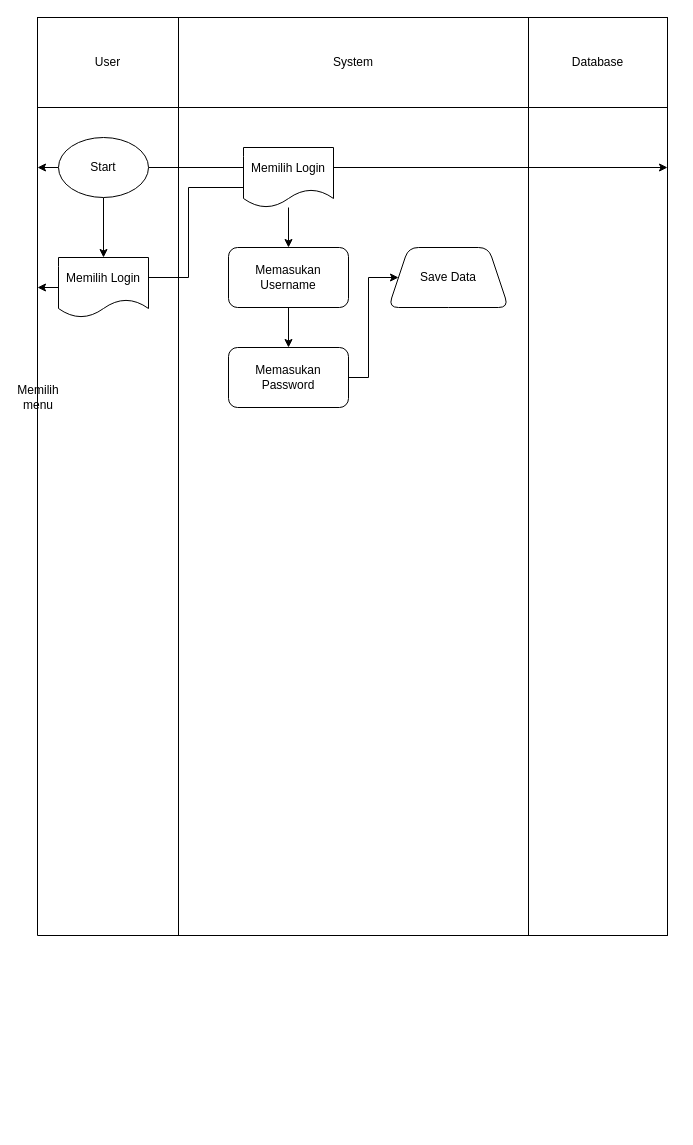
The draw.io diagram tugas bu har.drawio in Dekte/storage, before the edit. Source tidied: cells renumbered, new cells numbered last; positions are measured from the earlier drawing's top-left corner, leaving out a move shared by most shapes. Both pictures are drawn from the tidied source at 100%, with x=0, y=0 at pixel (37, 17).
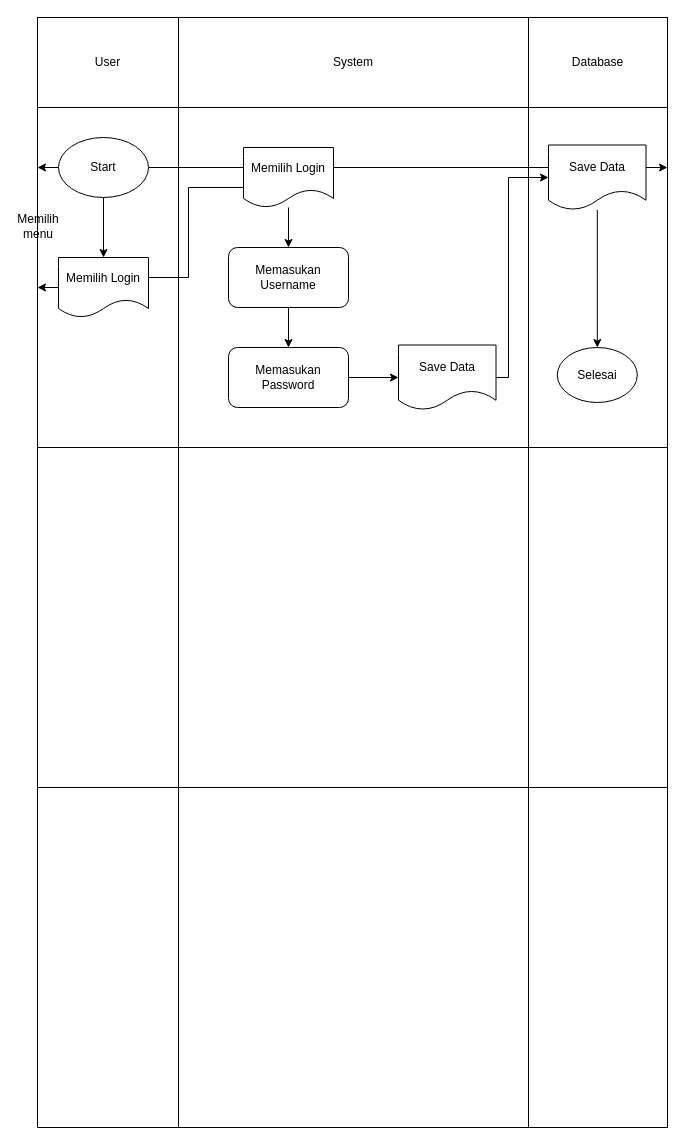
After the change.

Unchanged cells that the change refers to:
```xml
<mxCell id="26" value="Memasukan Password" style="whiteSpace=wrap;html=1;rounded=1;" parent="1" vertex="1">
  <mxGeometry x="191" y="330" width="120" height="60" as="geometry" />
</mxCell>
```

Diff of the diagram source:
```diff
@@
     <mxCell id="2" style="shape=table;startSize=0;childLayout=tableLayout;" parent="1" vertex="1">
-      <mxGeometry width="630" height="918" as="geometry" />
+      <mxGeometry width="630" height="1110" as="geometry" />
     </mxCell>
@@
     <mxCell id="7" style="shape=tableRow;horizontal=0;startSize=0;swimlaneHead=0;swimlaneBody=0;strokeColor=inherit;top=0;left=0;bottom=0;right=0;fillColor=none;" parent="2" vertex="1">
-      <mxGeometry y="90" width="630" height="828" as="geometry" />
+      <mxGeometry y="90" width="630" height="340" as="geometry" />
     </mxCell>
     <mxCell id="8" style="shape=partialRectangle;html=1;whiteSpace=wrap;strokeColor=inherit;overflow=hidden;fillColor=none;top=0;left=0;bottom=0;right=0;" parent="7" vertex="1">
-      <mxGeometry width="141" height="828" as="geometry" />
+      <mxGeometry width="141" height="340" as="geometry" />
     </mxCell>
     <mxCell id="9" style="shape=partialRectangle;html=1;whiteSpace=wrap;strokeColor=inherit;overflow=hidden;fillColor=none;top=0;left=0;bottom=0;right=0;" parent="7" vertex="1">
-      <mxGeometry x="141" width="350" height="828" as="geometry" />
+      <mxGeometry x="141" width="350" height="340" as="geometry" />
     </mxCell>
     <mxCell id="10" style="shape=partialRectangle;html=1;whiteSpace=wrap;strokeColor=inherit;overflow=hidden;fillColor=none;top=0;left=0;bottom=0;right=0;" parent="7" vertex="1">
-      <mxGeometry x="491" width="139" height="828" as="geometry" />
+      <mxGeometry x="491" width="139" height="340" as="geometry" />
     </mxCell>
     <mxCell id="11" style="shape=document;whiteSpace=wrap;html=1;boundedLbl=1;" parent="7" vertex="1">
-      <mxGeometry x="630" height="828" as="geometry" />
+      <mxGeometry x="630" height="340" as="geometry" />
     </mxCell>
     <mxCell id="12" style="shape=document;whiteSpace=wrap;html=1;boundedLbl=1;" parent="7" vertex="1">
-      <mxGeometry height="828" as="geometry" />
+      <mxGeometry height="340" as="geometry" />
     </mxCell>
     <mxCell id="13" value="Memilih menu" style="shape=document;whiteSpace=wrap;html=1;boundedLbl=1;" parent="7" vertex="1">
-      <mxGeometry height="828" as="geometry" />
+      <mxGeometry height="340" as="geometry" />
     </mxCell>
+    <mxCell id="28" style="shape=tableRow;horizontal=0;startSize=0;swimlaneHead=0;swimlaneBody=0;strokeColor=inherit;top=0;left=0;bottom=0;right=0;fillColor=none;" parent="2" vertex="1">
+      <mxGeometry y="430" width="630" height="340" as="geometry" />
+    </mxCell>
+    <mxCell id="29" style="shape=partialRectangle;html=1;whiteSpace=wrap;strokeColor=inherit;overflow=hidden;fillColor=none;top=0;left=0;bottom=0;right=0;" parent="28" vertex="1">
+      <mxGeometry width="141" height="340" as="geometry" />
+    </mxCell>
+    <mxCell id="30" style="shape=partialRectangle;html=1;whiteSpace=wrap;strokeColor=inherit;overflow=hidden;fillColor=none;top=0;left=0;bottom=0;right=0;" parent="28" vertex="1">
+      <mxGeometry x="141" width="350" height="340" as="geometry" />
+    </mxCell>
+    <mxCell id="31" style="shape=partialRectangle;html=1;whiteSpace=wrap;strokeColor=inherit;overflow=hidden;fillColor=none;top=0;left=0;bottom=0;right=0;" parent="28" vertex="1">
+      <mxGeometry x="491" width="139" height="340" as="geometry" />
+    </mxCell>
+    <mxCell id="32" style="shape=document;whiteSpace=wrap;html=1;boundedLbl=1;" parent="28" vertex="1">
+      <mxGeometry x="630" height="340" as="geometry" />
+    </mxCell>
+    <mxCell id="33" style="shape=document;whiteSpace=wrap;html=1;boundedLbl=1;" parent="28" vertex="1">
+      <mxGeometry height="340" as="geometry" />
+    </mxCell>
+    <mxCell id="34" style="shape=document;whiteSpace=wrap;html=1;boundedLbl=1;" parent="28" vertex="1">
+      <mxGeometry height="340" as="geometry" />
+    </mxCell>
+    <mxCell id="35" style="shape=tableRow;horizontal=0;startSize=0;swimlaneHead=0;swimlaneBody=0;strokeColor=inherit;top=0;left=0;bottom=0;right=0;fillColor=none;" parent="2" vertex="1">
+      <mxGeometry y="770" width="630" height="340" as="geometry" />
+    </mxCell>
+    <mxCell id="36" style="shape=partialRectangle;html=1;whiteSpace=wrap;strokeColor=inherit;overflow=hidden;fillColor=none;top=0;left=0;bottom=0;right=0;" parent="35" vertex="1">
+      <mxGeometry width="141" height="340" as="geometry" />
+    </mxCell>
+    <mxCell id="37" style="shape=partialRectangle;html=1;whiteSpace=wrap;strokeColor=inherit;overflow=hidden;fillColor=none;top=0;left=0;bottom=0;right=0;" parent="35" vertex="1">
+      <mxGeometry x="141" width="350" height="340" as="geometry" />
+    </mxCell>
+    <mxCell id="38" style="shape=partialRectangle;html=1;whiteSpace=wrap;strokeColor=inherit;overflow=hidden;fillColor=none;top=0;left=0;bottom=0;right=0;" parent="35" vertex="1">
+      <mxGeometry x="491" width="139" height="340" as="geometry" />
+    </mxCell>
+    <mxCell id="39" style="shape=document;whiteSpace=wrap;html=1;boundedLbl=1;" parent="35" vertex="1">
+      <mxGeometry x="630" height="340" as="geometry" />
+    </mxCell>
+    <mxCell id="40" style="shape=document;whiteSpace=wrap;html=1;boundedLbl=1;" parent="35" vertex="1">
+      <mxGeometry height="340" as="geometry" />
+    </mxCell>
+    <mxCell id="41" style="shape=document;whiteSpace=wrap;html=1;boundedLbl=1;" parent="35" vertex="1">
+      <mxGeometry height="340" as="geometry" />
+    </mxCell>
@@
-    <mxCell id="25" style="edgeStyle=orthogonalEdgeStyle;rounded=0;jettySize=auto;html=1;" parent="1" edge="1" source="26" target="27">
-      <mxGeometry relative="1" as="geometry">
-        <Array as="points">
-          <mxPoint x="331" y="360" />
-          <mxPoint x="331" y="260" />
-        </Array>
-      </mxGeometry>
-    </mxCell>
+    <mxCell id="42" style="edgeStyle=orthogonalEdgeStyle;rounded=0;jettySize=auto;html=1;" parent="1" edge="1" source="26" target="44">
+      <mxGeometry relative="1" as="geometry" />
+    </mxCell>
@@
-    <mxCell id="27" value="Save Data" style="shape=trapezoid;perimeter=trapezoidPerimeter;whiteSpace=wrap;html=1;fixedSize=1;rounded=1;" parent="1" vertex="1">
-      <mxGeometry x="351" y="230" width="120" height="60" as="geometry" />
-    </mxCell>
+    <mxCell id="43" style="edgeStyle=orthogonalEdgeStyle;rounded=0;jettySize=auto;html=1;" parent="1" edge="1" source="44" target="46">
+      <mxGeometry relative="1" as="geometry">
+        <Array as="points">
+          <mxPoint x="471" y="360" />
+          <mxPoint x="471" y="160" />
+        </Array>
+      </mxGeometry>
+    </mxCell>
+    <mxCell id="44" value="Save Data" style="shape=document;whiteSpace=wrap;html=1;boundedLbl=1;rounded=1;" parent="1" vertex="1">
+      <mxGeometry x="361" y="327.5" width="97.5" height="65" as="geometry" />
+    </mxCell>
+    <mxCell id="45" style="edgeStyle=orthogonalEdgeStyle;rounded=0;jettySize=auto;html=1;" parent="1" edge="1" source="46" target="47">
+      <mxGeometry relative="1" as="geometry" />
+    </mxCell>
+    <mxCell id="46" value="Save Data" style="shape=document;whiteSpace=wrap;html=1;boundedLbl=1;rounded=1;" parent="1" vertex="1">
+      <mxGeometry x="511" y="127.5" width="97.5" height="65" as="geometry" />
+    </mxCell>
+    <mxCell id="47" value="Selesai" style="ellipse;whiteSpace=wrap;html=1;rounded=1;" parent="1" vertex="1">
+      <mxGeometry x="519.8" y="330" width="80" height="55" as="geometry" />
+    </mxCell>
```
